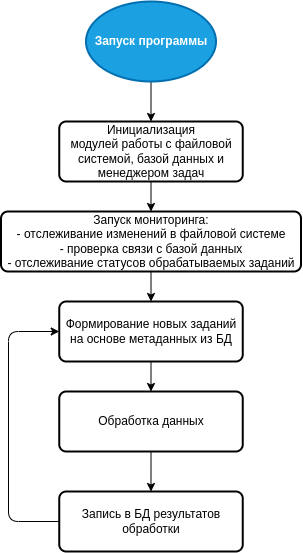
The draw.io diagram docs/schemas/main.png in KBaybekov/proj_prefect, before a commit. Source tidied: cells renumbered, new cells last; positions are measured from the earlier drawing's top-left corner, leaving out a move shared by most shapes.
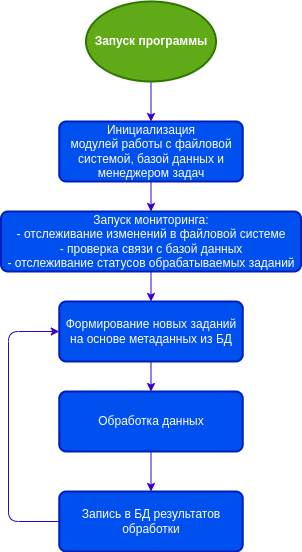
After the change.

Change to the diagram source:
```diff
@@ -2,37 +2,37 @@
   <root>
     <mxCell id="0" />
     <mxCell id="1" parent="0" />
-    <mxCell id="2" style="edgeStyle=none;html=1;exitX=0.5;exitY=1;exitDx=0;exitDy=0;exitPerimeter=0;entryX=0.5;entryY=0;entryDx=0;entryDy=0;" parent="1" edge="1" source="3" target="5">
+    <mxCell id="2" style="edgeStyle=none;html=1;exitX=0.5;exitY=1;exitDx=0;exitDy=0;exitPerimeter=0;entryX=0.5;entryY=0;entryDx=0;entryDy=0;fillColor=#6a00ff;strokeColor=#3700CC;" parent="1" edge="1" source="3" target="5">
       <mxGeometry relative="1" as="geometry" />
     </mxCell>
-    <mxCell id="3" value="Запуск программы" style="strokeWidth=2;shape=mxgraph.flowchart.start_1;whiteSpace=wrap;fillColor=#1ba1e2;fontColor=#ffffff;strokeColor=#006EAF;fontStyle=1;" parent="1" vertex="1">
+    <mxCell id="3" value="Запуск программы" style="strokeWidth=2;shape=mxgraph.flowchart.start_1;whiteSpace=wrap;fillColor=#60a917;fontColor=#ffffff;strokeColor=#2D7600;fontStyle=1;" parent="1" vertex="1">
       <mxGeometry x="85.5" width="130" height="80" as="geometry" />
     </mxCell>
-    <mxCell id="4" style="edgeStyle=none;html=1;entryX=0.5;entryY=0;entryDx=0;entryDy=0;" parent="1" edge="1" source="5" target="7">
+    <mxCell id="4" style="edgeStyle=none;html=1;entryX=0.5;entryY=0;entryDx=0;entryDy=0;fillColor=#6a00ff;strokeColor=#3700CC;" parent="1" edge="1" source="5" target="7">
       <mxGeometry relative="1" as="geometry" />
     </mxCell>
-    <mxCell id="5" value="Инициализация&#10;модулей работы с файловой системой, базой данных и менеджером задач" style="rounded=1;whiteSpace=wrap;absoluteArcSize=1;arcSize=14;strokeWidth=2;" parent="1" vertex="1">
+    <mxCell id="5" value="Инициализация&#10;модулей работы с файловой системой, базой данных и менеджером задач" style="rounded=1;whiteSpace=wrap;absoluteArcSize=1;arcSize=14;strokeWidth=2;fillColor=#0050ef;fontColor=#ffffff;strokeColor=#001DBC;" parent="1" vertex="1">
       <mxGeometry x="58.8" y="120" width="183.5" height="60" as="geometry" />
     </mxCell>
-    <mxCell id="6" style="edgeStyle=none;html=1;" parent="1" edge="1" source="7" target="9">
+    <mxCell id="6" style="edgeStyle=none;html=1;fillColor=#6a00ff;strokeColor=#3700CC;" parent="1" edge="1" source="7" target="9">
       <mxGeometry relative="1" as="geometry" />
     </mxCell>
-    <mxCell id="7" value="Запуск мониторинга:&#10;- отслеживание изменений в файловой системе&#10;- проверка связи с базой данных&#10;- отслеживание статусов обрабатываемых заданий" style="rounded=1;whiteSpace=wrap;absoluteArcSize=1;arcSize=14;strokeWidth=2;" parent="1" vertex="1">
+    <mxCell id="7" value="Запуск мониторинга:&#10;- отслеживание изменений в файловой системе&#10;- проверка связи с базой данных&#10;- отслеживание статусов обрабатываемых заданий" style="rounded=1;whiteSpace=wrap;absoluteArcSize=1;arcSize=14;strokeWidth=2;fillColor=#0050ef;fontColor=#ffffff;strokeColor=#001DBC;" parent="1" vertex="1">
       <mxGeometry x="0.5" y="210" width="300" height="60" as="geometry" />
     </mxCell>
-    <mxCell id="8" style="edgeStyle=none;html=1;entryX=0.5;entryY=0;entryDx=0;entryDy=0;" parent="1" edge="1" source="9" target="11">
+    <mxCell id="8" style="edgeStyle=none;html=1;entryX=0.5;entryY=0;entryDx=0;entryDy=0;fillColor=#6a00ff;strokeColor=#3700CC;" parent="1" edge="1" source="9" target="11">
       <mxGeometry relative="1" as="geometry" />
     </mxCell>
-    <mxCell id="9" value="Формирование новых заданий на основе метаданных из БД" style="rounded=1;whiteSpace=wrap;absoluteArcSize=1;arcSize=14;strokeWidth=2;" parent="1" vertex="1">
+    <mxCell id="9" value="Формирование новых заданий на основе метаданных из БД" style="rounded=1;whiteSpace=wrap;absoluteArcSize=1;arcSize=14;strokeWidth=2;fillColor=#0050ef;fontColor=#ffffff;strokeColor=#001DBC;" parent="1" vertex="1">
       <mxGeometry x="58.8" y="300" width="183.5" height="60" as="geometry" />
     </mxCell>
-    <mxCell id="10" style="edgeStyle=none;html=1;entryX=0.5;entryY=0;entryDx=0;entryDy=0;" parent="1" edge="1" source="11" target="13">
+    <mxCell id="10" style="edgeStyle=none;html=1;entryX=0.5;entryY=0;entryDx=0;entryDy=0;fillColor=#6a00ff;strokeColor=#3700CC;" parent="1" edge="1" source="11" target="13">
       <mxGeometry relative="1" as="geometry" />
     </mxCell>
-    <mxCell id="11" value="Обработка данных" style="rounded=1;whiteSpace=wrap;absoluteArcSize=1;arcSize=14;strokeWidth=2;" parent="1" vertex="1">
+    <mxCell id="11" value="Обработка данных" style="rounded=1;whiteSpace=wrap;absoluteArcSize=1;arcSize=14;strokeWidth=2;fillColor=#0050ef;fontColor=#ffffff;strokeColor=#001DBC;" parent="1" vertex="1">
       <mxGeometry x="58.8" y="390" width="183.5" height="60" as="geometry" />
     </mxCell>
-    <mxCell id="12" style="edgeStyle=orthogonalEdgeStyle;html=1;entryX=0;entryY=0.5;entryDx=0;entryDy=0;exitX=0;exitY=0.5;exitDx=0;exitDy=0;" parent="1" edge="1" source="13" target="9">
+    <mxCell id="12" style="edgeStyle=orthogonalEdgeStyle;html=1;entryX=0;entryY=0.5;entryDx=0;entryDy=0;exitX=0;exitY=0.5;exitDx=0;exitDy=0;fillColor=#6a00ff;strokeColor=#3700CC;" parent="1" edge="1" source="13" target="9">
       <mxGeometry relative="1" as="geometry">
         <Array as="points">
           <mxPoint x="8" y="520" />
@@ -40,7 +40,7 @@
         </Array>
       </mxGeometry>
     </mxCell>
-    <mxCell id="13" value="Запись в БД результатов обработки" style="rounded=1;whiteSpace=wrap;absoluteArcSize=1;arcSize=14;strokeWidth=2;" parent="1" vertex="1">
+    <mxCell id="13" value="Запись в БД результатов обработки" style="rounded=1;whiteSpace=wrap;absoluteArcSize=1;arcSize=14;strokeWidth=2;fillColor=#0050ef;fontColor=#ffffff;strokeColor=#001DBC;" parent="1" vertex="1">
       <mxGeometry x="58.8" y="490" width="183.5" height="60" as="geometry" />
     </mxCell>
   </root>
```
